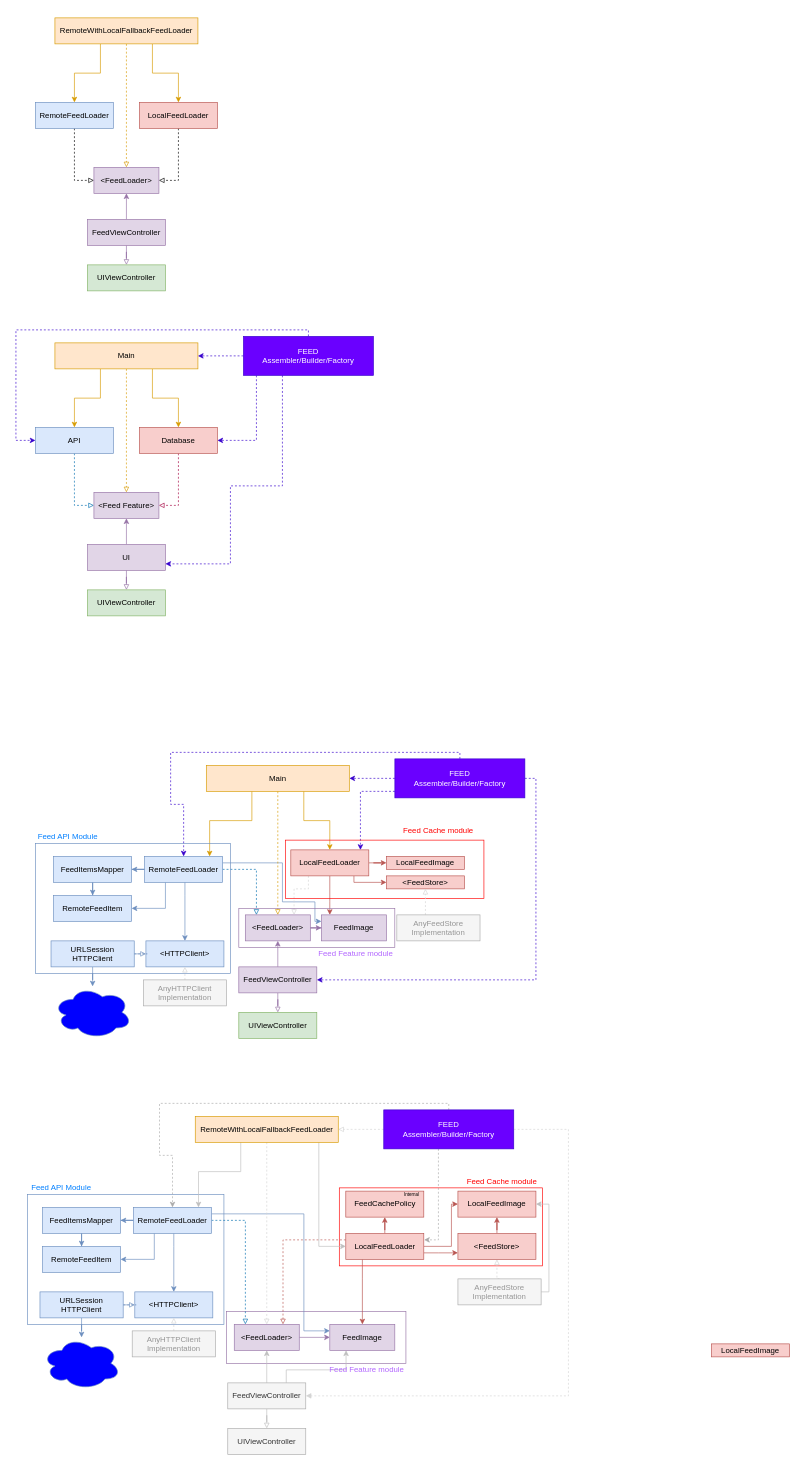
zmkhtr/diagrams keeps this draw.io diagram as Untitled Diagram.drawio. Above is the earlier version. Source tidied: cells renumbered, new cells numbered last; positions are measured from the earlier drawing's top-left corner, leaving out a move shared by most shapes. Both pictures are drawn from the tidied source at 65%, with x=0, y=0 at pixel (16, 18).
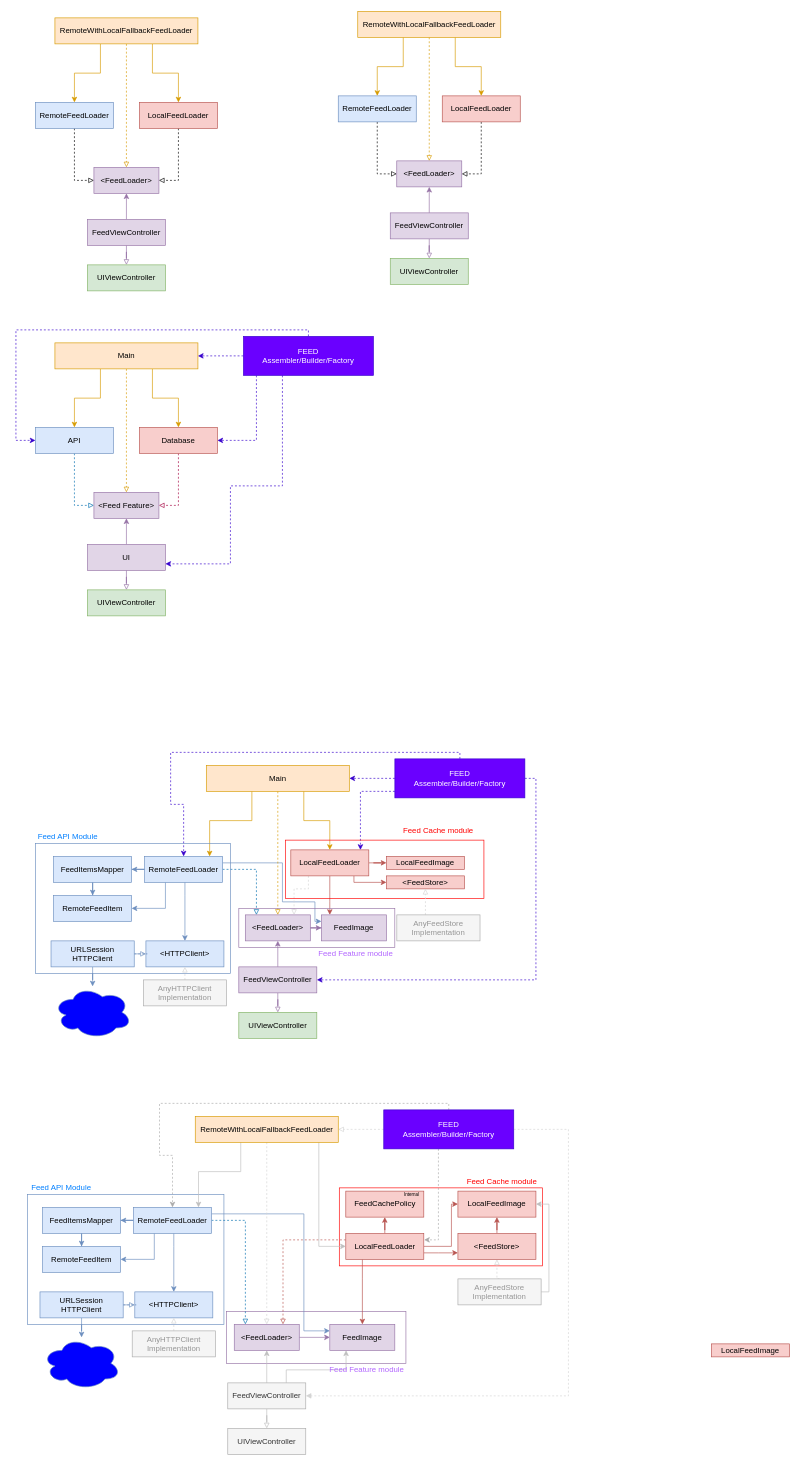
The same diagram, later.

Change to the diagram source:
```diff
@@
+    <mxCell id="134" style="edgeStyle=orthogonalEdgeStyle;rounded=0;jettySize=auto;html=1;fontColor=#1726FF;endArrow=block;endFill=0;fillColor=#e1d5e7;strokeColor=#9673a6;" parent="1" edge="1" source="136" target="137">
+      <mxGeometry relative="1" as="geometry" />
+    </mxCell>
+    <mxCell id="135" style="edgeStyle=orthogonalEdgeStyle;rounded=0;jettySize=auto;html=1;fontColor=#1726FF;endArrow=classic;endFill=1;fillColor=#e1d5e7;strokeColor=#9673a6;" parent="1" edge="1" source="136" target="138">
+      <mxGeometry relative="1" as="geometry" />
+    </mxCell>
+    <mxCell id="136" value="FeedViewController" style="rounded=0;whiteSpace=wrap;html=1;fillColor=#e1d5e7;strokeColor=#9673a6;" parent="1" vertex="1">
+      <mxGeometry x="575.9" y="300" width="120" height="40" as="geometry" />
+    </mxCell>
+    <mxCell id="137" value="UIViewController" style="rounded=0;whiteSpace=wrap;html=1;fillColor=#d5e8d4;strokeColor=#82b366;" parent="1" vertex="1">
+      <mxGeometry x="575.9" y="370" width="120" height="40" as="geometry" />
+    </mxCell>
+    <mxCell id="138" value="&amp;lt;FeedLoader&amp;gt;" style="rounded=0;whiteSpace=wrap;html=1;fillColor=#e1d5e7;strokeColor=#9673a6;" parent="1" vertex="1">
+      <mxGeometry x="585.9" y="220" width="100" height="40" as="geometry" />
+    </mxCell>
+    <mxCell id="139" style="edgeStyle=orthogonalEdgeStyle;rounded=0;jettySize=auto;html=1;entryX=0;entryY=0.5;entryDx=0;entryDy=0;fontColor=#1726FF;endArrow=block;endFill=0;dashed=1;" parent="1" edge="1" source="140" target="138">
+      <mxGeometry relative="1" as="geometry" />
+    </mxCell>
+    <mxCell id="140" value="RemoteFeedLoader" style="rounded=0;whiteSpace=wrap;html=1;fillColor=#dae8fc;strokeColor=#6c8ebf;" parent="1" vertex="1">
+      <mxGeometry x="495.9" y="120" width="120" height="40" as="geometry" />
+    </mxCell>
+    <mxCell id="141" style="edgeStyle=orthogonalEdgeStyle;rounded=0;jettySize=auto;html=1;entryX=1;entryY=0.5;entryDx=0;entryDy=0;fontColor=#1726FF;endArrow=block;endFill=0;dashed=1;" parent="1" edge="1" source="142" target="138">
+      <mxGeometry relative="1" as="geometry" />
+    </mxCell>
+    <mxCell id="142" value="LocalFeedLoader" style="rounded=0;whiteSpace=wrap;html=1;fillColor=#f8cecc;strokeColor=#b85450;" parent="1" vertex="1">
+      <mxGeometry x="655.9" y="120" width="120" height="40" as="geometry" />
+    </mxCell>
+    <mxCell id="143" style="edgeStyle=orthogonalEdgeStyle;rounded=0;jettySize=auto;html=1;dashed=1;fontColor=#1726FF;endArrow=block;endFill=0;fillColor=#ffe6cc;strokeColor=#d79b00;" parent="1" edge="1" source="146" target="138">
+      <mxGeometry relative="1" as="geometry" />
+    </mxCell>
+    <mxCell id="144" style="edgeStyle=orthogonalEdgeStyle;rounded=0;jettySize=auto;html=1;fontColor=#1726FF;endArrow=classic;endFill=1;strokeColor=#d79b00;fillColor=#ffe6cc;" parent="1" edge="1" source="146" target="140">
+      <mxGeometry relative="1" as="geometry">
+        <Array as="points">
+          <mxPoint x="595.9" y="75" />
+          <mxPoint x="555.9" y="75" />
+        </Array>
+      </mxGeometry>
+    </mxCell>
+    <mxCell id="145" style="edgeStyle=orthogonalEdgeStyle;rounded=0;jettySize=auto;html=1;fontColor=#1726FF;endArrow=classic;endFill=1;strokeColor=#d79b00;fillColor=#ffe6cc;" parent="1" edge="1" source="146" target="142">
+      <mxGeometry relative="1" as="geometry">
+        <Array as="points">
+          <mxPoint x="675.9" y="75" />
+          <mxPoint x="715.9" y="75" />
+        </Array>
+      </mxGeometry>
+    </mxCell>
+    <mxCell id="146" value="RemoteWithLocalFallbackFeedLoader" style="rounded=0;whiteSpace=wrap;html=1;fillColor=#ffe6cc;strokeColor=#d79b00;" parent="1" vertex="1">
+      <mxGeometry x="525.9" y="-10" width="220" height="40" as="geometry" />
+    </mxCell>
```
